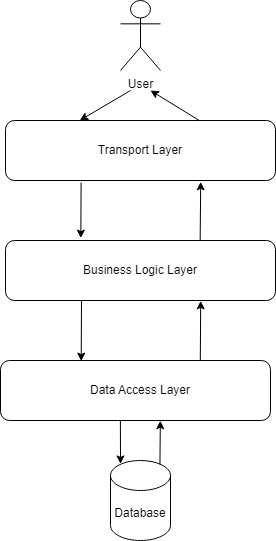
MSSkowron/BookAPI keeps this draw.io diagram as docs/architecture.png. Above is the earlier version. Source tidied: cells renumbered, new cells last; positions are measured from the earlier drawing's top-left corner, leaving out a move shared by most shapes.
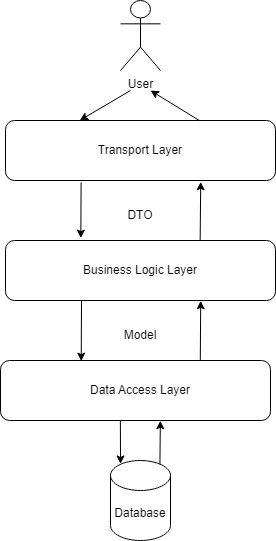
The same file after the commit.

Commit message:
Add DTO & Model to architecture overview

What changed in the source:
```diff
@@ -56,5 +56,11 @@
     <mxCell id="17" style="endArrow=classic;html=1;rounded=0;exitX=0.824;exitY=0.047;exitDx=0;exitDy=0;exitPerimeter=0;entryX=0.592;entryY=1.004;entryDx=0;entryDy=0;entryPerimeter=0;" parent="1" edge="1" source="15" target="7">
       <mxGeometry relative="1" as="geometry" />
     </mxCell>
+    <mxCell id="18" value="DTO" style="text;html=1;strokeColor=none;fillColor=none;align=center;verticalAlign=middle;whiteSpace=wrap;rounded=0;" parent="1" vertex="1">
+      <mxGeometry x="110" y="200" width="60" height="30" as="geometry" />
+    </mxCell>
+    <mxCell id="19" value="Model" style="text;html=1;strokeColor=none;fillColor=none;align=center;verticalAlign=middle;whiteSpace=wrap;rounded=0;" parent="1" vertex="1">
+      <mxGeometry x="110" y="320" width="60" height="30" as="geometry" />
+    </mxCell>
   </root>
 </mxGraphModel>
```
